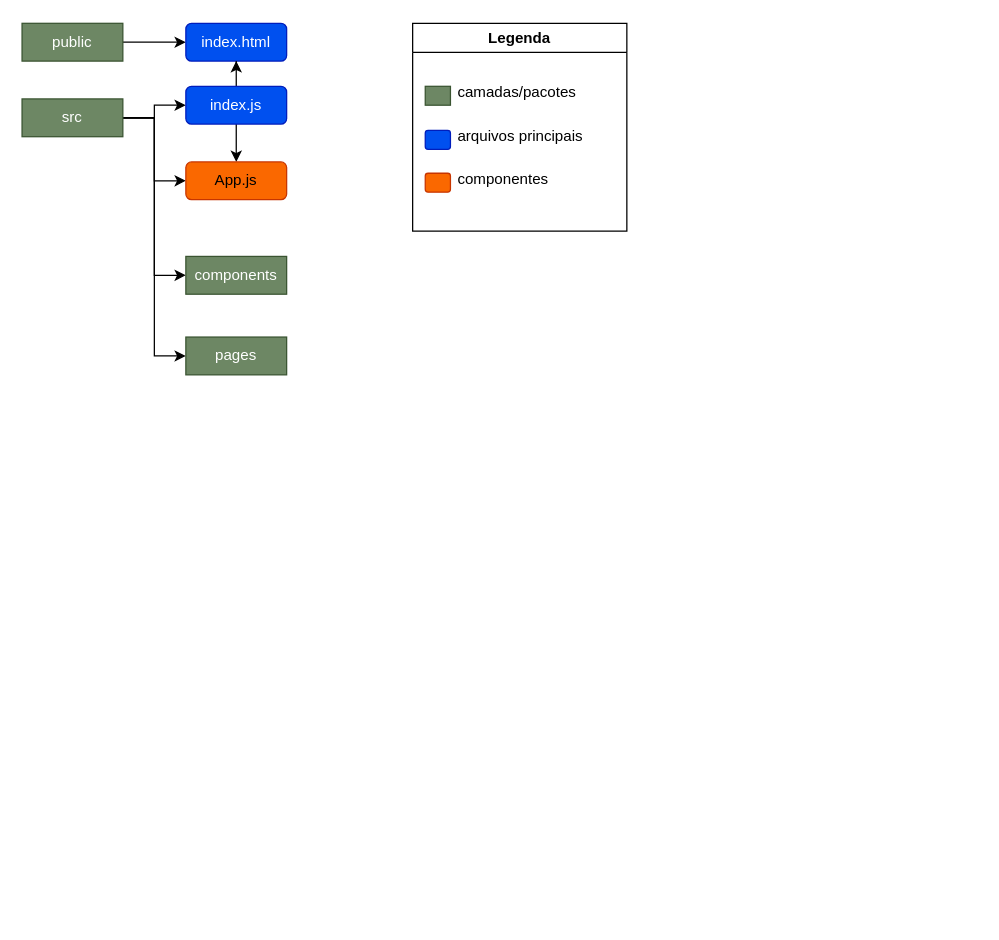
This is front-end/arquitetura.drawio from AndreSntos/bootcamp-react, a draw.io file, before an edit. Source tidied: cells renumbered, new cells numbered last; positions are measured from the earlier drawing's top-left corner, leaving out a move shared by most shapes. Both pictures are drawn from the tidied source at 126%, with x=0, y=0 at pixel (21, 23).
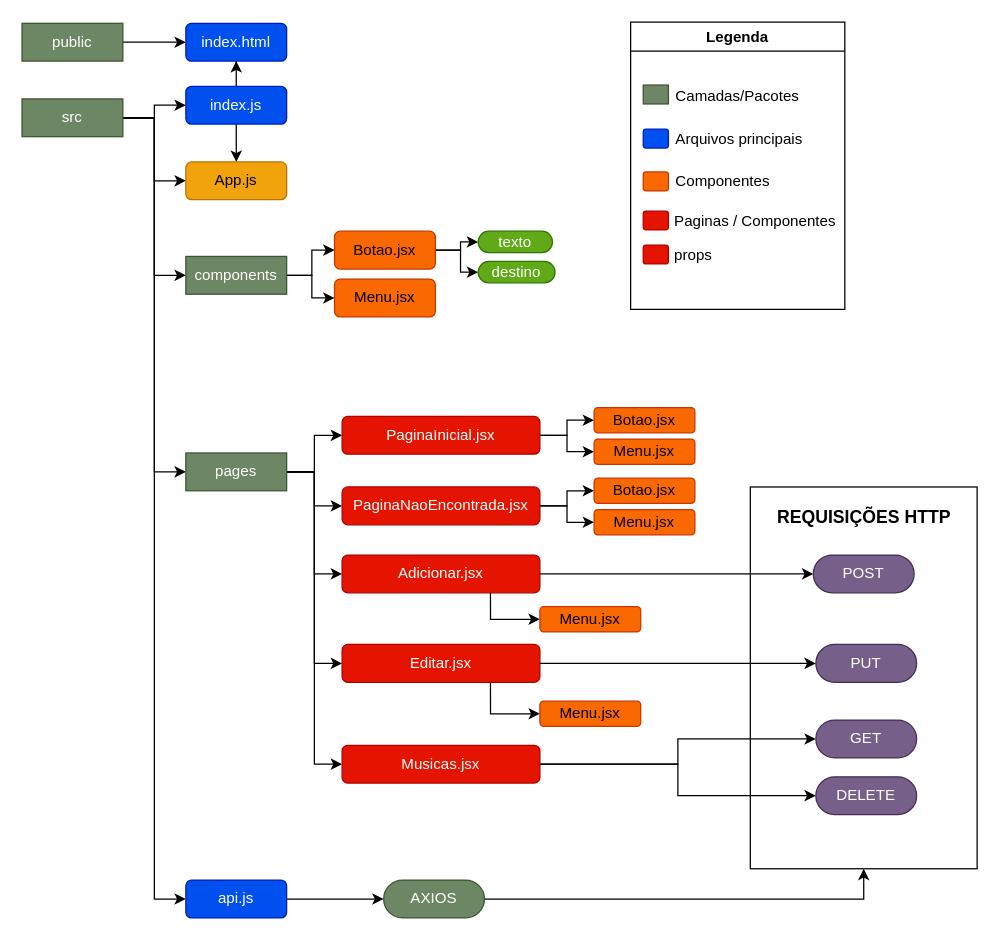
After the change.

Unchanged cells that the change refers to:
```xml
<mxCell id="8" value="src" style="whiteSpace=wrap;html=1;fillColor=#6d8764;strokeColor=#3A5431;fontColor=#ffffff;" parent="1" vertex="1">
  <mxGeometry y="60" width="80" height="30" as="geometry" />
</mxCell>
<mxCell id="21" value="components" style="whiteSpace=wrap;html=1;fillColor=#6d8764;strokeColor=#3A5431;fontColor=#ffffff;" parent="1" vertex="1">
  <mxGeometry x="130" y="185" width="80" height="30" as="geometry" />
</mxCell>
```

What changed in the source:
```diff
@@
+    <mxCell id="23" style="whiteSpace=wrap;html=1;fillColor=none;" parent="1" vertex="1">
+      <mxGeometry x="578" y="368" width="180" height="303" as="geometry" />
+    </mxCell>
@@
+    <mxCell id="24" style="edgeStyle=orthogonalEdgeStyle;rounded=0;jettySize=auto;html=1;exitX=1;exitY=0.5;exitDx=0;exitDy=0;entryX=0;entryY=0.5;entryDx=0;entryDy=0;" parent="1" edge="1" source="8" target="64">
+      <mxGeometry relative="1" as="geometry" />
+    </mxCell>
@@
-    <mxCell id="13" value="App.js" style="rounded=1;whiteSpace=wrap;html=1;fillColor=#fa6800;strokeColor=#C73500;fontColor=#000000;" parent="1" vertex="1">
+    <mxCell id="13" value="App.js" style="rounded=1;whiteSpace=wrap;html=1;fillColor=#f0a30a;strokeColor=#BD7000;fontColor=#000000;" parent="1" vertex="1">
       <mxGeometry x="130" y="110" width="80" height="30" as="geometry" />
     </mxCell>
     <mxCell id="14" value="Legenda" style="swimlane;" parent="1" vertex="1">
-      <mxGeometry x="310" width="170" height="165" as="geometry" />
+      <mxGeometry x="483" y="-1" width="170" height="228" as="geometry" />
     </mxCell>
@@
-    <mxCell id="17" value="camadas/pacotes" style="text;html=1;align=left;verticalAlign=middle;strokeColor=none;" parent="14" vertex="1">
-      <mxGeometry x="34" y="45" width="110" height="20" as="geometry" />
+    <mxCell id="17" value="Camadas/Pacotes" style="text;html=1;align=left;verticalAlign=middle;strokeColor=none;" parent="14" vertex="1">
+      <mxGeometry x="34" y="50" width="107" height="17" as="geometry" />
     </mxCell>
-    <mxCell id="18" value="arquivos principais" style="text;html=1;align=left;verticalAlign=middle;strokeColor=none;" parent="14" vertex="1">
-      <mxGeometry x="34" y="80" width="110" height="20" as="geometry" />
+    <mxCell id="18" value="Arquivos principais" style="text;html=1;align=left;verticalAlign=middle;strokeColor=none;" parent="14" vertex="1">
+      <mxGeometry x="34" y="84" width="111" height="17" as="geometry" />
     </mxCell>
-    <mxCell id="19" value="componentes" style="text;html=1;align=left;verticalAlign=middle;strokeColor=none;" parent="14" vertex="1">
-      <mxGeometry x="34" y="114" width="90" height="20" as="geometry" />
+    <mxCell id="19" value="Componentes" style="text;html=1;align=left;verticalAlign=middle;strokeColor=none;" parent="14" vertex="1">
+      <mxGeometry x="34" y="118" width="84" height="17" as="geometry" />
     </mxCell>
@@
+    <mxCell id="25" value="Paginas / Componentes" style="text;html=1;align=left;verticalAlign=middle;strokeColor=none;" parent="14" vertex="1">
+      <mxGeometry x="33" y="149" width="137" height="17" as="geometry" />
+    </mxCell>
+    <mxCell id="26" style="rounded=1;whiteSpace=wrap;html=1;fillColor=#e51400;strokeColor=#B20000;fontColor=#ffffff;" parent="14" vertex="1">
+      <mxGeometry x="10" y="150" width="20" height="15" as="geometry" />
+    </mxCell>
+    <mxCell id="27" value="props" style="text;html=1;align=left;verticalAlign=middle;strokeColor=none;" parent="14" vertex="1">
+      <mxGeometry x="33" y="176" width="40" height="17" as="geometry" />
+    </mxCell>
+    <mxCell id="28" style="rounded=1;whiteSpace=wrap;html=1;fillColor=#e51400;strokeColor=#B20000;fontColor=#ffffff;" parent="14" vertex="1">
+      <mxGeometry x="10" y="177" width="20" height="15" as="geometry" />
+    </mxCell>
+    <mxCell id="29" style="edgeStyle=orthogonalEdgeStyle;rounded=0;jettySize=auto;html=1;exitX=1;exitY=0.5;exitDx=0;exitDy=0;" parent="1" edge="1" source="21" target="38">
+      <mxGeometry relative="1" as="geometry" />
+    </mxCell>
+    <mxCell id="30" style="edgeStyle=orthogonalEdgeStyle;rounded=0;jettySize=auto;html=1;exitX=1;exitY=0.5;exitDx=0;exitDy=0;entryX=0;entryY=0.5;entryDx=0;entryDy=0;" parent="1" edge="1" source="21" target="39">
+      <mxGeometry relative="1" as="geometry" />
+    </mxCell>
@@
+    <mxCell id="31" style="edgeStyle=orthogonalEdgeStyle;rounded=0;jettySize=auto;html=1;exitX=1;exitY=0.5;exitDx=0;exitDy=0;entryX=0;entryY=0.5;entryDx=0;entryDy=0;fontColor=#FFFFFF;" parent="1" edge="1" source="22" target="42">
+      <mxGeometry relative="1" as="geometry" />
+    </mxCell>
+    <mxCell id="32" style="edgeStyle=orthogonalEdgeStyle;rounded=0;jettySize=auto;html=1;exitX=1;exitY=0.5;exitDx=0;exitDy=0;fontColor=#FFFFFF;" parent="1" edge="1" source="22" target="47">
+      <mxGeometry relative="1" as="geometry" />
+    </mxCell>
+    <mxCell id="33" style="edgeStyle=orthogonalEdgeStyle;rounded=0;jettySize=auto;html=1;exitX=1;exitY=0.5;exitDx=0;exitDy=0;entryX=0;entryY=0.5;entryDx=0;entryDy=0;fontColor=#FFFFFF;" parent="1" edge="1" source="22" target="52">
+      <mxGeometry relative="1" as="geometry" />
+    </mxCell>
+    <mxCell id="34" style="edgeStyle=orthogonalEdgeStyle;rounded=0;jettySize=auto;html=1;exitX=1;exitY=0.5;exitDx=0;exitDy=0;entryX=0;entryY=0.5;entryDx=0;entryDy=0;fontColor=#FFFFFF;" parent="1" edge="1" source="22" target="56">
+      <mxGeometry relative="1" as="geometry" />
+    </mxCell>
+    <mxCell id="35" style="edgeStyle=orthogonalEdgeStyle;rounded=0;jettySize=auto;html=1;entryX=0;entryY=0.5;entryDx=0;entryDy=0;" parent="1" edge="1" source="22" target="62">
+      <mxGeometry relative="1" as="geometry" />
+    </mxCell>
     <mxCell id="22" value="pages" style="whiteSpace=wrap;html=1;fillColor=#6d8764;strokeColor=#3A5431;fontColor=#ffffff;" parent="1" vertex="1">
-      <mxGeometry x="130" y="249" width="80" height="30" as="geometry" />
+      <mxGeometry x="130" y="341" width="80" height="30" as="geometry" />
     </mxCell>
+    <mxCell id="36" style="edgeStyle=orthogonalEdgeStyle;rounded=0;jettySize=auto;html=1;" parent="1" edge="1" source="38" target="58">
+      <mxGeometry relative="1" as="geometry" />
+    </mxCell>
+    <mxCell id="37" style="edgeStyle=orthogonalEdgeStyle;rounded=0;jettySize=auto;html=1;" parent="1" edge="1" source="38" target="59">
+      <mxGeometry relative="1" as="geometry" />
+    </mxCell>
+    <mxCell id="38" value="Botao.jsx" style="rounded=1;whiteSpace=wrap;html=1;fillColor=#fa6800;strokeColor=#C73500;fontColor=#000000;" parent="1" vertex="1">
+      <mxGeometry x="248" y="165" width="80" height="30" as="geometry" />
+    </mxCell>
+    <mxCell id="39" value="Menu.jsx" style="rounded=1;whiteSpace=wrap;html=1;fillColor=#fa6800;strokeColor=#C73500;fontColor=#000000;" parent="1" vertex="1">
+      <mxGeometry x="248" y="203" width="80" height="30" as="geometry" />
+    </mxCell>
+    <mxCell id="40" style="edgeStyle=orthogonalEdgeStyle;rounded=0;jettySize=auto;html=1;exitX=1;exitY=0.5;exitDx=0;exitDy=0;entryX=0;entryY=0.5;entryDx=0;entryDy=0;fontColor=#FFFFFF;" parent="1" edge="1" source="42" target="43">
+      <mxGeometry relative="1" as="geometry" />
+    </mxCell>
+    <mxCell id="41" style="edgeStyle=orthogonalEdgeStyle;rounded=0;jettySize=auto;html=1;exitX=1;exitY=0.5;exitDx=0;exitDy=0;fontColor=#FFFFFF;" parent="1" edge="1" source="42" target="44">
+      <mxGeometry relative="1" as="geometry" />
+    </mxCell>
+    <mxCell id="42" value="PaginaInicial.jsx" style="rounded=1;whiteSpace=wrap;html=1;fillColor=#e51400;strokeColor=#B20000;fontColor=#ffffff;" parent="1" vertex="1">
+      <mxGeometry x="254" y="312" width="157" height="30" as="geometry" />
+    </mxCell>
+    <mxCell id="43" value="Botao.jsx" style="rounded=1;whiteSpace=wrap;html=1;fillColor=#fa6800;strokeColor=#C73500;fontColor=#000000;" parent="1" vertex="1">
+      <mxGeometry x="454" y="305" width="80" height="20" as="geometry" />
+    </mxCell>
+    <mxCell id="44" value="Menu.jsx" style="rounded=1;whiteSpace=wrap;html=1;fillColor=#fa6800;strokeColor=#C73500;fontColor=#000000;" parent="1" vertex="1">
+      <mxGeometry x="454" y="330" width="80" height="20" as="geometry" />
+    </mxCell>
+    <mxCell id="45" style="edgeStyle=orthogonalEdgeStyle;rounded=0;jettySize=auto;html=1;exitX=1;exitY=0.5;exitDx=0;exitDy=0;entryX=0;entryY=0.5;entryDx=0;entryDy=0;fontColor=#FFFFFF;" parent="1" edge="1" source="47" target="48">
+      <mxGeometry relative="1" as="geometry" />
+    </mxCell>
+    <mxCell id="46" style="edgeStyle=orthogonalEdgeStyle;rounded=0;jettySize=auto;html=1;exitX=1;exitY=0.5;exitDx=0;exitDy=0;fontColor=#FFFFFF;" parent="1" edge="1" source="47" target="49">
+      <mxGeometry relative="1" as="geometry" />
+    </mxCell>
+    <mxCell id="47" value="PaginaNaoEncontrada.jsx" style="rounded=1;whiteSpace=wrap;html=1;fillColor=#e51400;strokeColor=#B20000;fontColor=#ffffff;" parent="1" vertex="1">
+      <mxGeometry x="254" y="368" width="157" height="30" as="geometry" />
+    </mxCell>
+    <mxCell id="48" value="Botao.jsx" style="rounded=1;whiteSpace=wrap;html=1;fillColor=#fa6800;strokeColor=#C73500;fontColor=#000000;" parent="1" vertex="1">
+      <mxGeometry x="454" y="361" width="80" height="20" as="geometry" />
+    </mxCell>
+    <mxCell id="49" value="Menu.jsx" style="rounded=1;whiteSpace=wrap;html=1;fillColor=#fa6800;strokeColor=#C73500;fontColor=#000000;" parent="1" vertex="1">
+      <mxGeometry x="454" y="386" width="80" height="20" as="geometry" />
+    </mxCell>
+    <mxCell id="50" style="edgeStyle=orthogonalEdgeStyle;rounded=0;jettySize=auto;html=1;exitX=1;exitY=0.5;exitDx=0;exitDy=0;fontSize=14;" parent="1" edge="1" source="52" target="69">
+      <mxGeometry relative="1" as="geometry" />
+    </mxCell>
+    <mxCell id="51" style="edgeStyle=orthogonalEdgeStyle;rounded=0;jettySize=auto;html=1;exitX=0.75;exitY=1;exitDx=0;exitDy=0;entryX=0;entryY=0.5;entryDx=0;entryDy=0;fontSize=14;" parent="1" edge="1" source="52" target="53">
+      <mxGeometry relative="1" as="geometry" />
+    </mxCell>
+    <mxCell id="52" value="Adicionar.jsx" style="rounded=1;whiteSpace=wrap;html=1;fillColor=#e51400;strokeColor=#B20000;fontColor=#ffffff;" parent="1" vertex="1">
+      <mxGeometry x="254" y="422" width="157" height="30" as="geometry" />
+    </mxCell>
+    <mxCell id="53" value="Menu.jsx" style="rounded=1;whiteSpace=wrap;html=1;fillColor=#fa6800;strokeColor=#C73500;fontColor=#000000;" parent="1" vertex="1">
+      <mxGeometry x="411" y="463" width="80" height="20" as="geometry" />
+    </mxCell>
+    <mxCell id="54" style="edgeStyle=orthogonalEdgeStyle;rounded=0;jettySize=auto;html=1;exitX=1;exitY=0.5;exitDx=0;exitDy=0;fontSize=14;" parent="1" edge="1" source="56" target="70">
+      <mxGeometry relative="1" as="geometry" />
+    </mxCell>
+    <mxCell id="55" style="edgeStyle=orthogonalEdgeStyle;rounded=0;jettySize=auto;html=1;exitX=0.75;exitY=1;exitDx=0;exitDy=0;entryX=0;entryY=0.5;entryDx=0;entryDy=0;fontSize=14;" parent="1" edge="1" source="56" target="57">
+      <mxGeometry relative="1" as="geometry" />
+    </mxCell>
+    <mxCell id="56" value="Editar.jsx" style="rounded=1;whiteSpace=wrap;html=1;fillColor=#e51400;strokeColor=#B20000;fontColor=#ffffff;" parent="1" vertex="1">
+      <mxGeometry x="254" y="493" width="157" height="30" as="geometry" />
+    </mxCell>
+    <mxCell id="57" value="Menu.jsx" style="rounded=1;whiteSpace=wrap;html=1;fillColor=#fa6800;strokeColor=#C73500;fontColor=#000000;" parent="1" vertex="1">
+      <mxGeometry x="411" y="538" width="80" height="20" as="geometry" />
+    </mxCell>
+    <mxCell id="58" value="texto" style="rounded=1;whiteSpace=wrap;html=1;fillColor=#60a917;strokeColor=#2D7600;fontColor=#ffffff;arcSize=50;" parent="1" vertex="1">
+      <mxGeometry x="362" y="165" width="59" height="17" as="geometry" />
+    </mxCell>
+    <mxCell id="59" value="destino" style="rounded=1;whiteSpace=wrap;html=1;fillColor=#60a917;strokeColor=#2D7600;fontColor=#ffffff;arcSize=50;" parent="1" vertex="1">
+      <mxGeometry x="362" y="189" width="61" height="17" as="geometry" />
+    </mxCell>
+    <mxCell id="60" style="edgeStyle=orthogonalEdgeStyle;rounded=0;jettySize=auto;html=1;exitX=1;exitY=0.5;exitDx=0;exitDy=0;fontSize=14;" parent="1" edge="1" source="62" target="68">
+      <mxGeometry relative="1" as="geometry" />
+    </mxCell>
+    <mxCell id="61" style="edgeStyle=orthogonalEdgeStyle;rounded=0;jettySize=auto;html=1;entryX=0;entryY=0.5;entryDx=0;entryDy=0;fontSize=14;" parent="1" edge="1" source="62" target="71">
+      <mxGeometry relative="1" as="geometry" />
+    </mxCell>
+    <mxCell id="62" value="Musicas.jsx" style="rounded=1;whiteSpace=wrap;html=1;fillColor=#e51400;strokeColor=#B20000;fontColor=#ffffff;" parent="1" vertex="1">
+      <mxGeometry x="254" y="573" width="157" height="30" as="geometry" />
+    </mxCell>
+    <mxCell id="63" style="edgeStyle=orthogonalEdgeStyle;rounded=0;jettySize=auto;html=1;exitX=1;exitY=0.5;exitDx=0;exitDy=0;" parent="1" edge="1" source="64" target="66">
+      <mxGeometry relative="1" as="geometry" />
+    </mxCell>
+    <mxCell id="64" value="api.js" style="rounded=1;whiteSpace=wrap;html=1;fillColor=#0050ef;strokeColor=#001DBC;fontColor=#ffffff;" parent="1" vertex="1">
+      <mxGeometry x="130" y="680" width="80" height="30" as="geometry" />
+    </mxCell>
+    <mxCell id="65" style="edgeStyle=orthogonalEdgeStyle;rounded=0;jettySize=auto;html=1;exitX=1;exitY=0.5;exitDx=0;exitDy=0;entryX=0.5;entryY=1;entryDx=0;entryDy=0;fontSize=14;" parent="1" edge="1" source="66" target="23">
+      <mxGeometry relative="1" as="geometry" />
+    </mxCell>
+    <mxCell id="66" value="AXIOS" style="rounded=1;whiteSpace=wrap;html=1;fillColor=#6d8764;strokeColor=#3A5431;fontColor=#ffffff;arcSize=50;" parent="1" vertex="1">
+      <mxGeometry x="287" y="680" width="80" height="30" as="geometry" />
+    </mxCell>
+    <mxCell id="67" value="REQUISIÇÕES HTTP" style="text;html=1;align=center;verticalAlign=middle;strokeColor=none;fontSize=14;fontStyle=1;" parent="1" vertex="1">
+      <mxGeometry x="594.5" y="381" width="147" height="21" as="geometry" />
+    </mxCell>
+    <mxCell id="68" value="GET" style="rounded=1;whiteSpace=wrap;html=1;fillColor=#76608a;strokeColor=#432D57;fontColor=#ffffff;arcSize=50;" parent="1" vertex="1">
+      <mxGeometry x="630" y="553" width="80" height="30" as="geometry" />
+    </mxCell>
+    <mxCell id="69" value="POST" style="rounded=1;whiteSpace=wrap;html=1;fillColor=#76608a;strokeColor=#432D57;fontColor=#ffffff;arcSize=50;" parent="1" vertex="1">
+      <mxGeometry x="628" y="422" width="80" height="30" as="geometry" />
+    </mxCell>
+    <mxCell id="70" value="PUT" style="rounded=1;whiteSpace=wrap;html=1;fillColor=#76608a;strokeColor=#432D57;fontColor=#ffffff;arcSize=50;" parent="1" vertex="1">
+      <mxGeometry x="630" y="493" width="80" height="30" as="geometry" />
+    </mxCell>
+    <mxCell id="71" value="DELETE" style="rounded=1;whiteSpace=wrap;html=1;fillColor=#76608a;strokeColor=#432D57;fontColor=#ffffff;arcSize=50;" parent="1" vertex="1">
+      <mxGeometry x="630" y="598" width="80" height="30" as="geometry" />
+    </mxCell>
```
